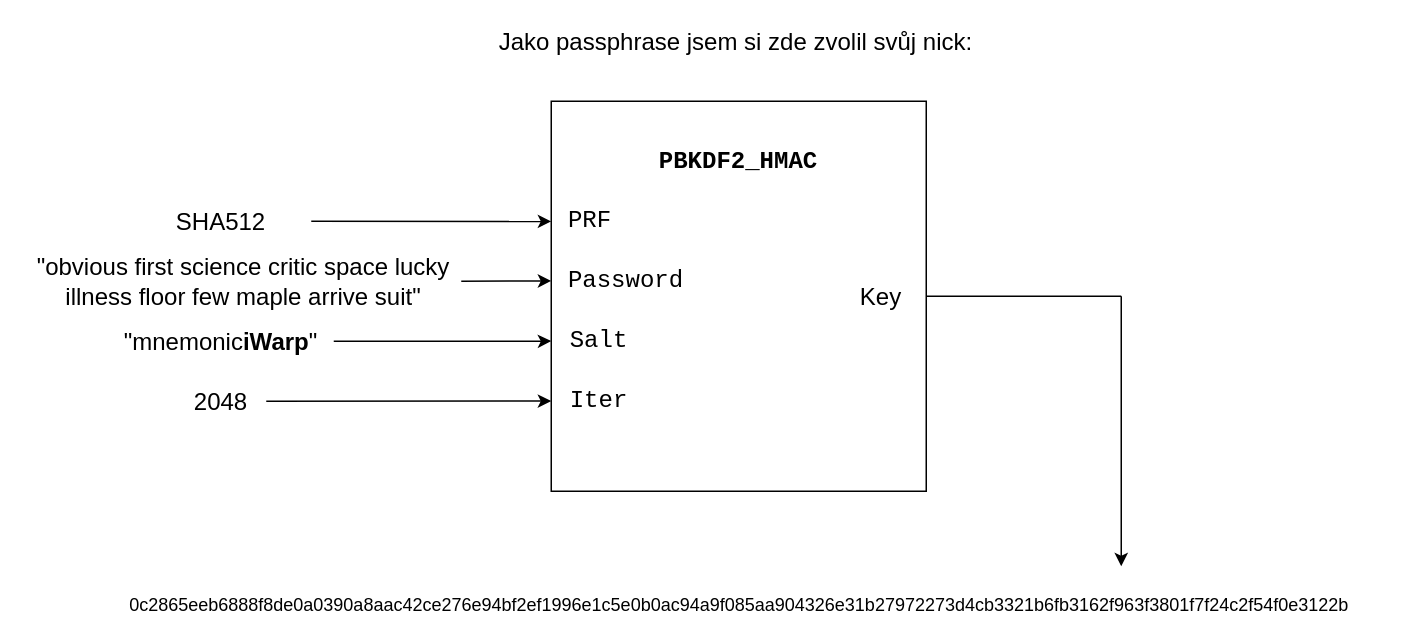
This is diagram/seed2.drawio from iWarpBTC/iWarpBTC.github.io, a draw.io file, before an edit. Source tidied: cells renumbered, new cells numbered last; positions are measured from the earlier drawing's top-left corner, leaving out a move shared by most shapes. Both pictures are drawn from the tidied source at 150%, with x=0, y=0 at pixel (26, 26).
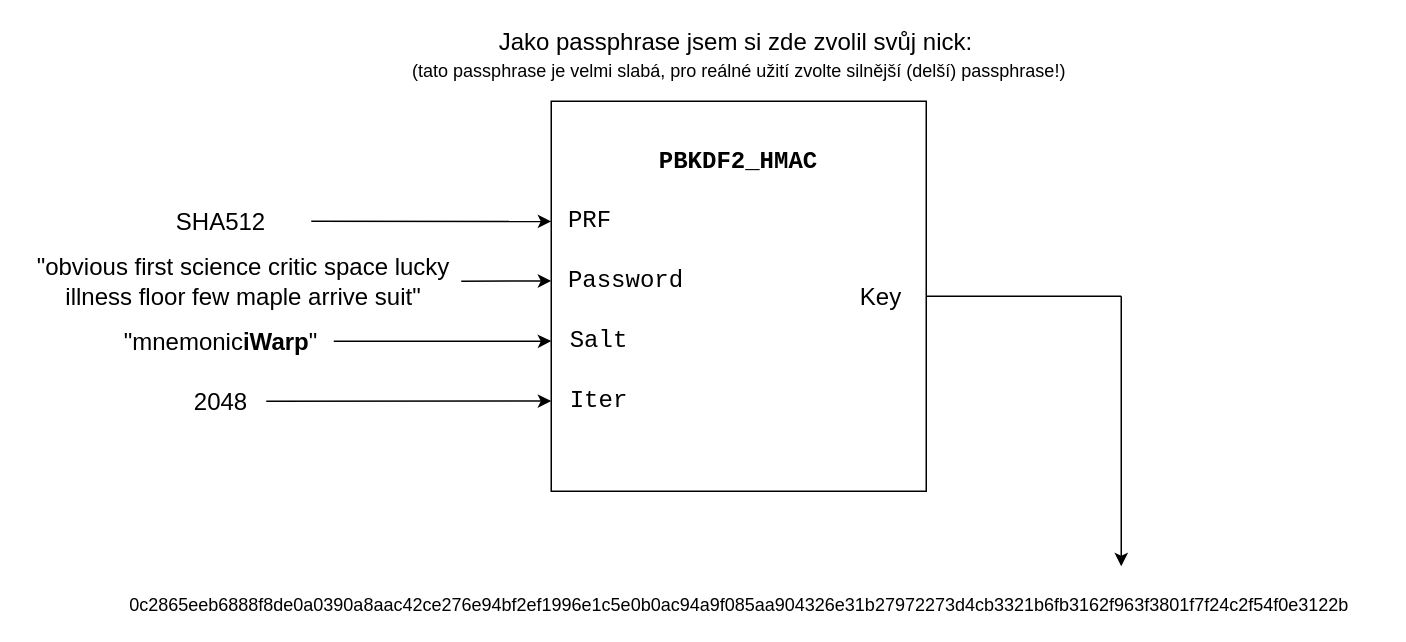
The same page after the edit.

What changed in the source:
```diff
@@
+    <mxCell id="21" value="&lt;font style=&quot;font-size: 12px&quot;&gt;(tato passphrase je velmi slabá, pro reálné užití zvolte silnější (delší) passphrase!)&lt;/font&gt;" style="text;html=1;strokeColor=none;fillColor=none;align=center;verticalAlign=middle;whiteSpace=wrap;rounded=0;labelBackgroundColor=none;fontSize=16;fontColor=#000000;" parent="1" vertex="1">
+      <mxGeometry x="217.5" y="18" width="515" height="20" as="geometry" />
+    </mxCell>
```
